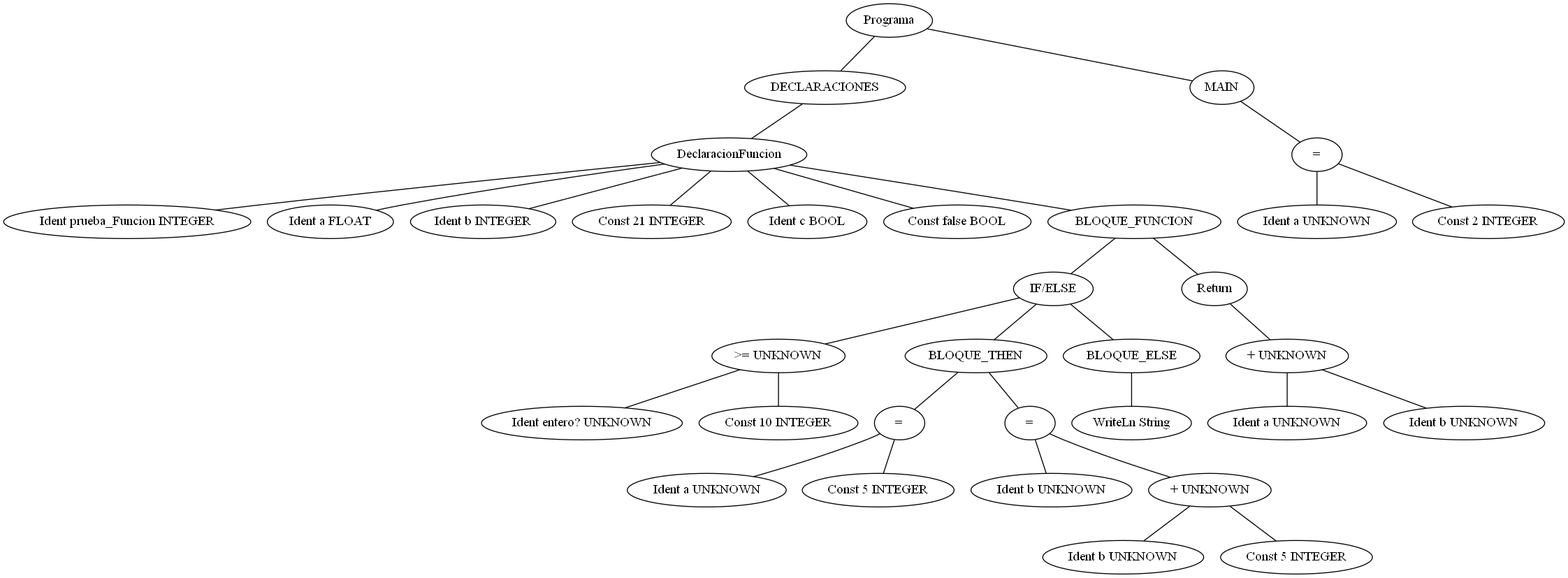
The Graphviz diagram arbol.png in Mdimase/compilador, before a commit. Its source is kept beside it as arbol.dot.
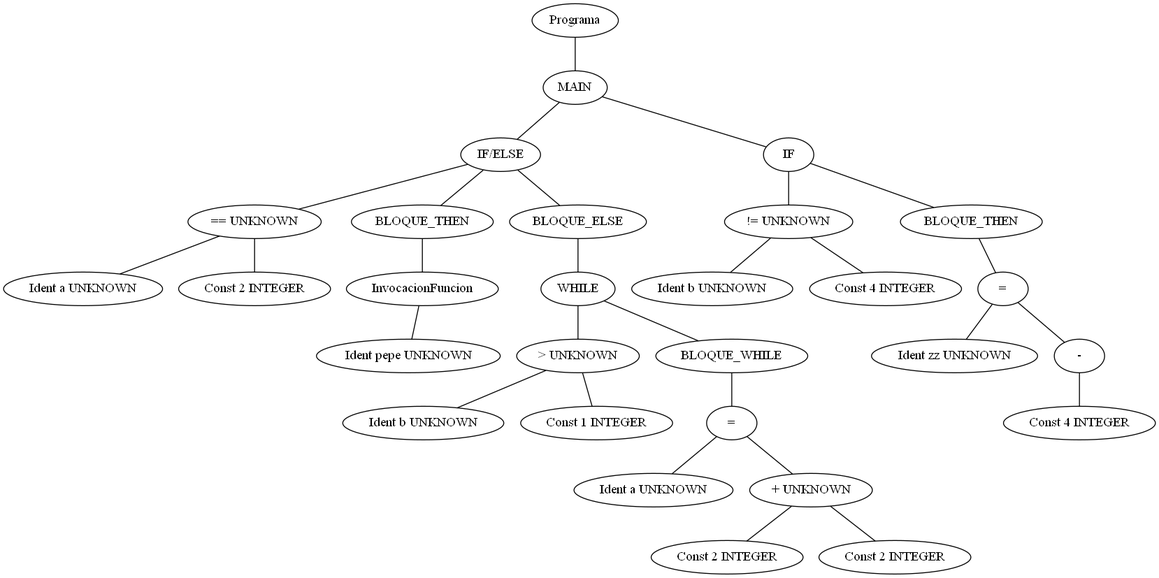
The same diagram one commit later.

Diff of the diagram source:
```diff
@@ -1,66 +1,58 @@
 graph G {1 [label="Programa"]
-2 [label="DECLARACIONES"]
+2 [label="MAIN"]
 1 -- 2
-3 [label="DeclaracionFuncion"]
+3 [label="IF/ELSE"]
 2 -- 3
-4 [label="Ident prueba_Funcion INTEGER"]
+4 [label="== UNKNOWN"]
 3 -- 4
-25 [label="Ident a FLOAT"]
-3 -- 25
-26 [label="Ident b INTEGER"]
-3 -- 26
-27 [label="Const 21 INTEGER"]
-3 -- 27
-28 [label="Ident c BOOL"]
-3 -- 28
-29 [label="Const false BOOL"]
-3 -- 29
-5 [label="BLOQUE_FUNCION"]
-3 -- 5
-6 [label="IF/ELSE"]
-5 -- 6
-7 [label=">= UNKNOWN"]
-6 -- 7
-8 [label="Ident entero? UNKNOWN"]
+5 [label="Ident a UNKNOWN"]
+4 -- 5
+6 [label="Const 2 INTEGER"]
+4 -- 6
+7 [label="BLOQUE_THEN"]
+3 -- 7
+8 [label="InvocacionFuncion"]
 7 -- 8
-9 [label="Const 10 INTEGER"]
-7 -- 9
-10 [label="BLOQUE_THEN"]
-6 -- 10
-11 [label="="]
+9 [label="Ident pepe UNKNOWN"]
+8 -- 9
+10 [label="BLOQUE_ELSE"]
+3 -- 10
+11 [label="WHILE"]
 10 -- 11
-12 [label="Ident a UNKNOWN"]
+12 [label="> UNKNOWN"]
 11 -- 12
-13 [label="Const 5 INTEGER"]
-11 -- 13
-14 [label="="]
-10 -- 14
-15 [label="Ident b UNKNOWN"]
-14 -- 15
-16 [label="+ UNKNOWN"]
-14 -- 16
-17 [label="Ident b UNKNOWN"]
+13 [label="Ident b UNKNOWN"]
+12 -- 13
+14 [label="Const 1 INTEGER"]
+12 -- 14
+15 [label="BLOQUE_WHILE"]
+11 -- 15
+16 [label="="]
+15 -- 16
+17 [label="Ident a UNKNOWN"]
 16 -- 17
-18 [label="Const 5 INTEGER"]
+18 [label="+ UNKNOWN"]
 16 -- 18
-19 [label="BLOQUE_ELSE"]
-6 -- 19
-20 [label="WriteLn String"]
-19 -- 20
-21 [label="Return"]
-5 -- 21
-22 [label="+ UNKNOWN"]
+19 [label="Const 2 INTEGER"]
+18 -- 19
+20 [label="Const 2 INTEGER"]
+18 -- 20
+21 [label="IF"]
+2 -- 21
+22 [label="!= UNKNOWN"]
 21 -- 22
-23 [label="Ident a UNKNOWN"]
+23 [label="Ident b UNKNOWN"]
 22 -- 23
-24 [label="Ident b UNKNOWN"]
+24 [label="Const 4 INTEGER"]
 22 -- 24
-30 [label="MAIN"]
-1 -- 30
-31 [label="="]
-30 -- 31
-32 [label="Ident a UNKNOWN"]
-31 -- 32
-33 [label="Const 2 INTEGER"]
-31 -- 33
+25 [label="BLOQUE_THEN"]
+21 -- 25
+26 [label="="]
+25 -- 26
+27 [label="Ident zz UNKNOWN"]
+26 -- 27
+28 [label="-"]
+26 -- 28
+29 [label="Const 4 INTEGER"]
+28 -- 29
 }
```
